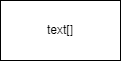
This is diagram.drawio.png from Rodri3834/JoinJob, a draw.io export, as it was before one commit. Source tidied: cells renumbered, new cells last; positions are measured from the earlier drawing's top-left corner, leaving out a move shared by most shapes.
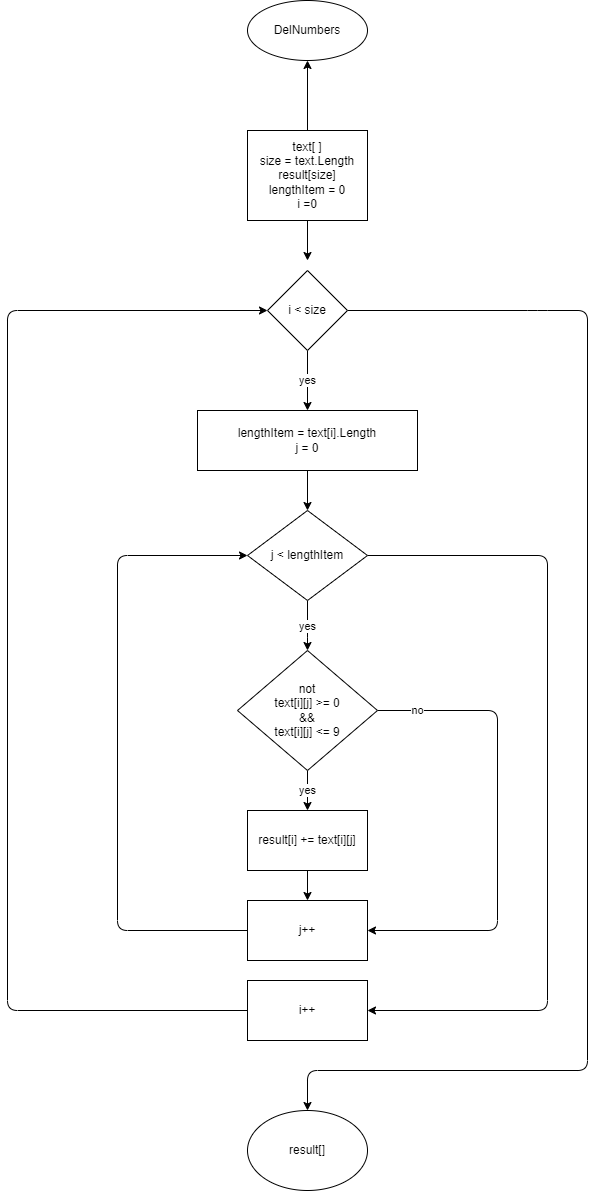
The same diagram one commit later.

Commit message:
Сохранил блок-схему для github

The edit, as a diff of the source:
```diff
@@ -2,8 +2,112 @@
   <root>
     <mxCell id="0" />
     <mxCell id="1" parent="0" />
+    <mxCell id="3" style="edgeStyle=none;html=1;" parent="1" edge="1" source="2">
+      <mxGeometry relative="1" as="geometry">
+        <mxPoint x="60" y="130" as="targetPoint" />
+      </mxGeometry>
+    </mxCell>
+    <mxCell id="4" style="edgeStyle=none;html=1;" parent="1" edge="1" source="2" target="23">
+      <mxGeometry relative="1" as="geometry" />
+    </mxCell>
-    <mxCell id="2" value="text[]&lt;br&gt;" style="rounded=0;whiteSpace=wrap;html=1;" parent="1" vertex="1">
-      <mxGeometry width="120" height="60" as="geometry" />
+    <mxCell id="2" value="text[ ]&lt;br&gt;size = text.Length&lt;br&gt;result[size]&lt;br&gt;lengthItem = 0&lt;br&gt;i =0" style="rounded=0;whiteSpace=wrap;html=1;" parent="1" vertex="1">
+      <mxGeometry width="120" height="90" as="geometry" />
     </mxCell>
+    <mxCell id="5" value="yes" style="edgeStyle=none;html=1;" parent="1" edge="1" source="7">
+      <mxGeometry relative="1" as="geometry">
+        <mxPoint x="60" y="280" as="targetPoint" />
+      </mxGeometry>
+    </mxCell>
+    <mxCell id="6" style="edgeStyle=none;html=1;" parent="1" edge="1" source="7">
+      <mxGeometry relative="1" as="geometry">
+        <mxPoint x="60" y="980" as="targetPoint" />
+        <Array as="points">
+          <mxPoint x="290" y="180" />
+          <mxPoint x="340" y="180" />
+          <mxPoint x="340" y="940" />
+          <mxPoint x="60" y="940" />
+        </Array>
+      </mxGeometry>
+    </mxCell>
+    <mxCell id="7" value="i &amp;lt; size" style="rhombus;whiteSpace=wrap;html=1;" parent="1" vertex="1">
+      <mxGeometry x="20" y="140" width="80" height="80" as="geometry" />
+    </mxCell>
+    <mxCell id="8" style="edgeStyle=none;html=1;" parent="1" edge="1" source="9">
+      <mxGeometry relative="1" as="geometry">
+        <mxPoint x="60" y="380" as="targetPoint" />
+      </mxGeometry>
+    </mxCell>
+    <mxCell id="9" value="lengthItem = text[i].Length&lt;br&gt;j = 0" style="rounded=0;whiteSpace=wrap;html=1;" parent="1" vertex="1">
+      <mxGeometry x="-50" y="280" width="220" height="60" as="geometry" />
+    </mxCell>
+    <mxCell id="10" value="yes" style="edgeStyle=none;html=1;" parent="1" edge="1" source="12">
+      <mxGeometry relative="1" as="geometry">
+        <mxPoint x="60" y="520" as="targetPoint" />
+        <Array as="points">
+          <mxPoint x="60" y="500" />
+        </Array>
+      </mxGeometry>
+    </mxCell>
+    <mxCell id="11" style="edgeStyle=none;html=1;exitX=1;exitY=0.5;exitDx=0;exitDy=0;entryX=1;entryY=0.5;entryDx=0;entryDy=0;" parent="1" edge="1" source="12" target="21">
+      <mxGeometry relative="1" as="geometry">
+        <Array as="points">
+          <mxPoint x="300" y="425" />
+          <mxPoint x="300" y="880" />
+        </Array>
+      </mxGeometry>
+    </mxCell>
+    <mxCell id="12" value="j &amp;lt; lengthItem" style="rhombus;whiteSpace=wrap;html=1;" parent="1" vertex="1">
+      <mxGeometry y="380" width="120" height="90" as="geometry" />
+    </mxCell>
+    <mxCell id="13" value="yes" style="edgeStyle=none;html=1;" parent="1" edge="1" source="15">
+      <mxGeometry relative="1" as="geometry">
+        <mxPoint x="60" y="680" as="targetPoint" />
+      </mxGeometry>
+    </mxCell>
+    <mxCell id="14" value="no" style="edgeStyle=none;html=1;exitX=1;exitY=0.5;exitDx=0;exitDy=0;entryX=1;entryY=0.5;entryDx=0;entryDy=0;" parent="1" edge="1" source="15" target="19">
+      <mxGeometry x="-0.83" relative="1" as="geometry">
+        <Array as="points">
+          <mxPoint x="250" y="580" />
+          <mxPoint x="250" y="800" />
+        </Array>
+      </mxGeometry>
+    </mxCell>
+    <mxCell id="15" value="not&lt;br&gt;text[i][j] &amp;gt;= 0&lt;br&gt;&amp;amp;&amp;amp;&lt;br&gt;text[i][j] &amp;lt;= 9" style="rhombus;whiteSpace=wrap;html=1;" parent="1" vertex="1">
+      <mxGeometry x="-10" y="520" width="140" height="120" as="geometry" />
+    </mxCell>
+    <mxCell id="16" style="edgeStyle=none;html=1;" parent="1" edge="1" source="17" target="19">
+      <mxGeometry relative="1" as="geometry" />
+    </mxCell>
+    <mxCell id="17" value="result[i] += text[i][j]" style="rounded=0;whiteSpace=wrap;html=1;" parent="1" vertex="1">
+      <mxGeometry y="680" width="120" height="60" as="geometry" />
+    </mxCell>
+    <mxCell id="18" style="edgeStyle=none;html=1;" parent="1" edge="1" source="19" target="12">
+      <mxGeometry relative="1" as="geometry">
+        <Array as="points">
+          <mxPoint x="-130" y="800" />
+          <mxPoint x="-130" y="425" />
+        </Array>
+      </mxGeometry>
+    </mxCell>
+    <mxCell id="19" value="j++" style="whiteSpace=wrap;html=1;rounded=0;" parent="1" vertex="1">
+      <mxGeometry y="770" width="120" height="60" as="geometry" />
+    </mxCell>
+    <mxCell id="20" style="edgeStyle=none;html=1;entryX=0;entryY=0.5;entryDx=0;entryDy=0;" parent="1" edge="1" source="21" target="7">
+      <mxGeometry relative="1" as="geometry">
+        <Array as="points">
+          <mxPoint x="-240" y="880" />
+          <mxPoint x="-240" y="180" />
+        </Array>
+      </mxGeometry>
+    </mxCell>
+    <mxCell id="21" value="i++" style="rounded=0;whiteSpace=wrap;html=1;" parent="1" vertex="1">
+      <mxGeometry y="850" width="120" height="60" as="geometry" />
+    </mxCell>
+    <mxCell id="22" value="result[]" style="ellipse;whiteSpace=wrap;html=1;" parent="1" vertex="1">
+      <mxGeometry y="980" width="120" height="80" as="geometry" />
+    </mxCell>
+    <mxCell id="23" value="DelNumbers" style="ellipse;whiteSpace=wrap;html=1;rounded=0;" parent="1" vertex="1">
+      <mxGeometry y="-130" width="120" height="60" as="geometry" />
+    </mxCell>
   </root>
 </mxGraphModel>
```
